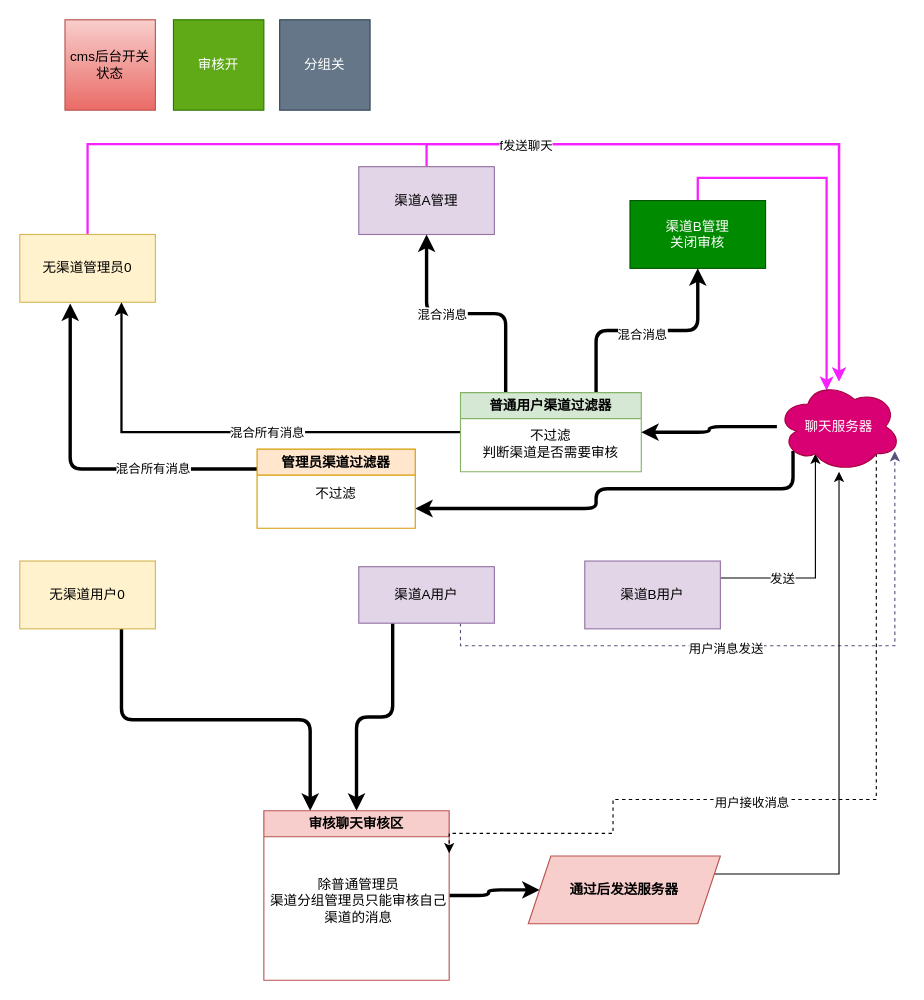
Above: page "渠道关+审核开" (2 of 3) of 渠道关闭+审核开启.drawio in mark0758/ajax (draw.io), before the change. Source tidied: cells renumbered, new cells numbered last; positions are measured from the earlier drawing's top-left corner, leaving out a move shared by most shapes. Both pictures are drawn from the tidied source at 113%, with x=0, y=0 at pixel (19, 19).
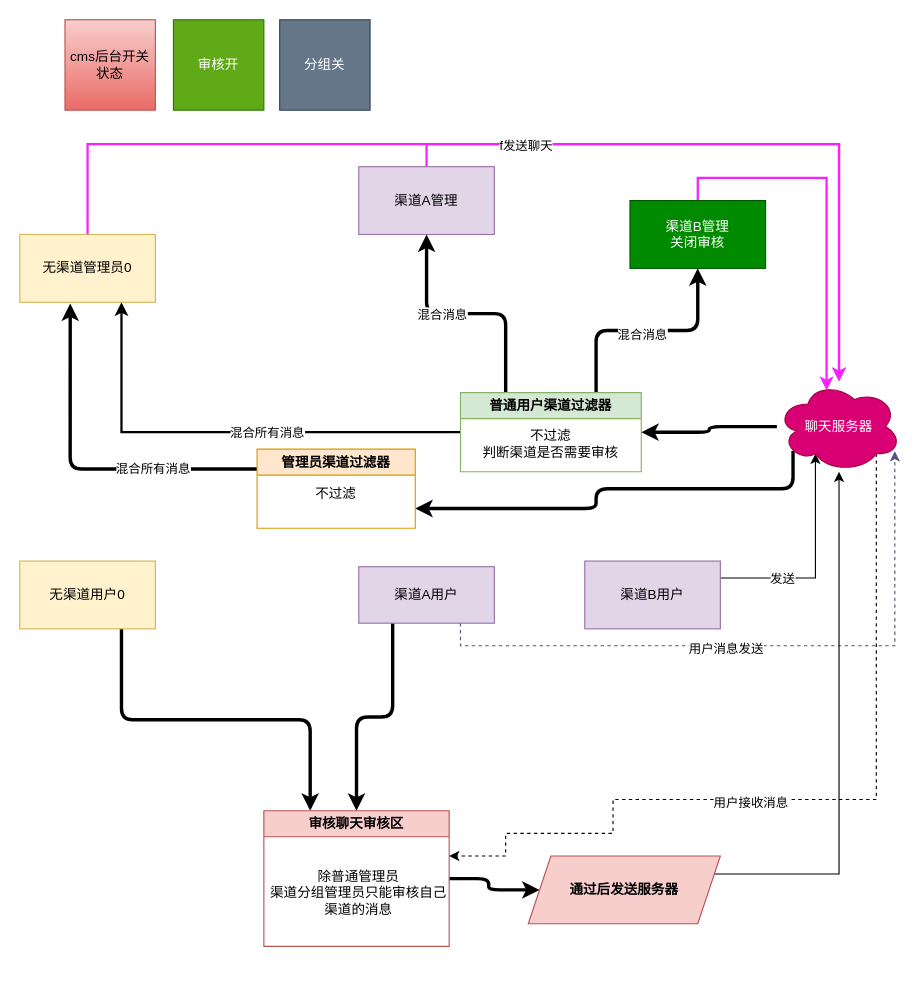
Above is the later version.

Unchanged cells that the change refers to:
```xml
<mxCell id="35" value="聊天服务器" style="ellipse;shape=cloud;whiteSpace=wrap;html=1;fillColor=#d80073;strokeColor=#A50040;fontColor=#ffffff;" parent="1" vertex="1">
  <mxGeometry x="670" y="320" width="110" height="80" as="geometry" />
</mxCell>
```

What changed in the source:
```diff
@@
     <mxCell id="29" value="审核聊天审核区" style="swimlane;whiteSpace=wrap;html=1;fillColor=#f8cecc;strokeColor=#b85450;" parent="1" vertex="1">
-      <mxGeometry x="216" y="700" width="164" height="150" as="geometry" />
+      <mxGeometry x="216" y="700" width="164" height="120" as="geometry" />
     </mxCell>
     <mxCell id="30" value="除普通管理员&lt;br&gt;渠道分组管理员只能审核自己渠道的消息" style="text;html=1;strokeColor=none;fillColor=none;align=center;verticalAlign=middle;whiteSpace=wrap;rounded=0;" parent="29" vertex="1">
-      <mxGeometry x="4" y="60" width="160" height="40" as="geometry" />
+      <mxGeometry x="4" y="53" width="160" height="40" as="geometry" />
     </mxCell>
@@
-    <mxCell id="33" style="edgeStyle=orthogonalEdgeStyle;rounded=0;jettySize=auto;html=1;exitX=0.8;exitY=0.8;exitDx=0;exitDy=0;exitPerimeter=0;entryX=1;entryY=0.25;entryDx=0;entryDy=0;dashed=1;" parent="1" edge="1" source="35" target="29">
+    <mxCell id="33" style="edgeStyle=orthogonalEdgeStyle;rounded=0;jettySize=auto;html=1;exitX=0.8;exitY=0.8;exitDx=0;exitDy=0;exitPerimeter=0;dashed=1;" parent="1" edge="1" source="35">
       <mxGeometry relative="1" as="geometry">
+        <mxPoint x="380" y="740" as="targetPoint" />
         <Array as="points">
           <mxPoint x="758" y="690" />
           <mxPoint x="525" y="690" />
           <mxPoint x="525" y="720" />
-          <mxPoint x="380" y="720" />
+          <mxPoint x="430" y="720" />
+          <mxPoint x="430" y="740" />
         </Array>
       </mxGeometry>
     </mxCell>
```
